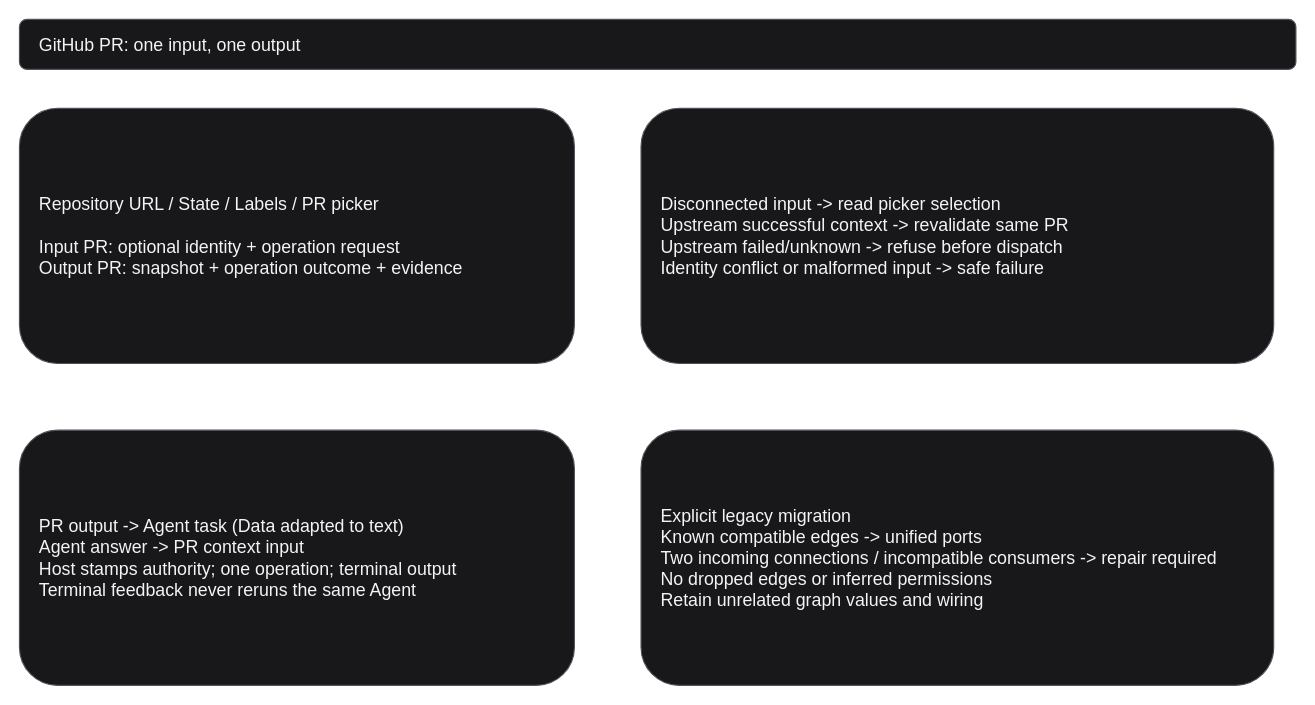
Above: page "Unified PR context" (4 of 4) of projects/laomedo/subsystems/issue-integration/design/github-pr-node.drawio in amadou-6e/specs (draw.io), before the change. Source tidied: cells renumbered, new cells numbered last; positions are measured from the earlier drawing's top-left corner, leaving out a move shared by most shapes. Both pictures are drawn from the tidied source at 111%, with x=0, y=0 at pixel (19, 19).
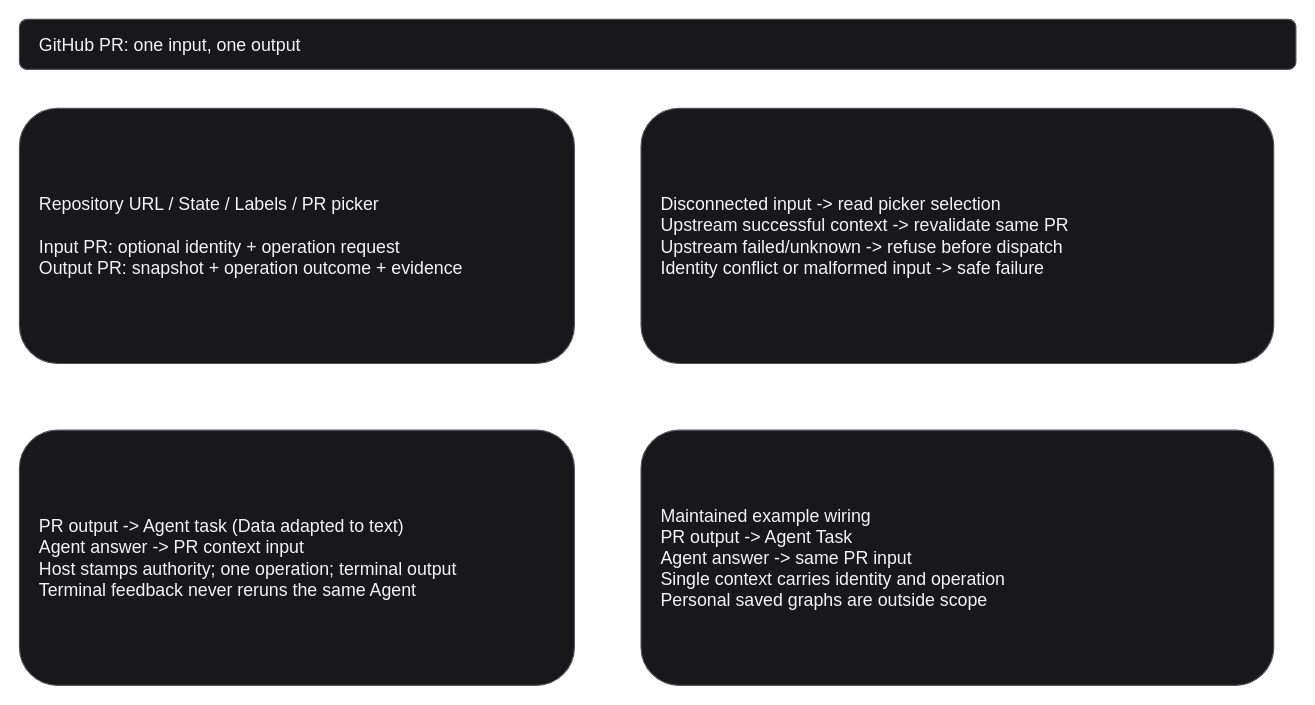
After the change.

Commit message (it also covers changes not shown here):
Scope unified PR ports to maintained examples (#416)

Change to the diagram source:
```diff
@@
 <mxGraphModel>
   <root>
     <mxCell id="0" />
     <mxCell id="1" parent="0" />
     <mxCell id="2" value="GitHub PR: one input, one output" style="rounded=1;whiteSpace=wrap;html=0;align=left;spacing=18;fontSize=16;fillColor=#18181b;fontColor=#f4f4f5;strokeColor=#52525b;" parent="1" vertex="1">
       <mxGeometry width="1150" height="45" as="geometry" />
     </mxCell>
     <mxCell id="3" value="Repository URL / State / Labels / PR picker&#10;&#10;Input PR: optional identity + operation request&#10;Output PR: snapshot + operation outcome + evidence" style="rounded=1;whiteSpace=wrap;html=0;align=left;spacing=18;fontSize=16;fillColor=#18181b;fontColor=#f4f4f5;strokeColor=#52525b;" parent="1" vertex="1">
       <mxGeometry y="80" width="500" height="230" as="geometry" />
     </mxCell>
     <mxCell id="4" value="Disconnected input -&gt; read picker selection&#10;Upstream successful context -&gt; revalidate same PR&#10;Upstream failed/unknown -&gt; refuse before dispatch&#10;Identity conflict or malformed input -&gt; safe failure" style="rounded=1;whiteSpace=wrap;html=0;align=left;spacing=18;fontSize=16;fillColor=#18181b;fontColor=#f4f4f5;strokeColor=#52525b;" parent="1" vertex="1">
       <mxGeometry x="560" y="80" width="570" height="230" as="geometry" />
     </mxCell>
     <mxCell id="5" value="PR output -&gt; Agent task (Data adapted to text)&#10;Agent answer -&gt; PR context input&#10;Host stamps authority; one operation; terminal output&#10;Terminal feedback never reruns the same Agent" style="rounded=1;whiteSpace=wrap;html=0;align=left;spacing=18;fontSize=16;fillColor=#18181b;fontColor=#f4f4f5;strokeColor=#52525b;" parent="1" vertex="1">
       <mxGeometry y="370" width="500" height="230" as="geometry" />
     </mxCell>
-    <mxCell id="6" value="Explicit legacy migration&#10;Known compatible edges -&gt; unified ports&#10;Two incoming connections / incompatible consumers -&gt; repair required&#10;No dropped edges or inferred permissions&#10;Retain unrelated graph values and wiring" style="rounded=1;whiteSpace=wrap;html=0;align=left;spacing=18;fontSize=16;fillColor=#18181b;fontColor=#f4f4f5;strokeColor=#52525b;" parent="1" vertex="1">
+    <mxCell id="6" value="Maintained example wiring&#10;PR output -&gt; Agent Task&#10;Agent answer -&gt; same PR input&#10;Single context carries identity and operation&#10;Personal saved graphs are outside scope" style="rounded=1;whiteSpace=wrap;html=0;align=left;spacing=18;fontSize=16;fillColor=#18181b;fontColor=#f4f4f5;strokeColor=#52525b;" parent="1" vertex="1">
       <mxGeometry x="560" y="370" width="570" height="230" as="geometry" />
     </mxCell>
   </root>
 </mxGraphModel>
```
